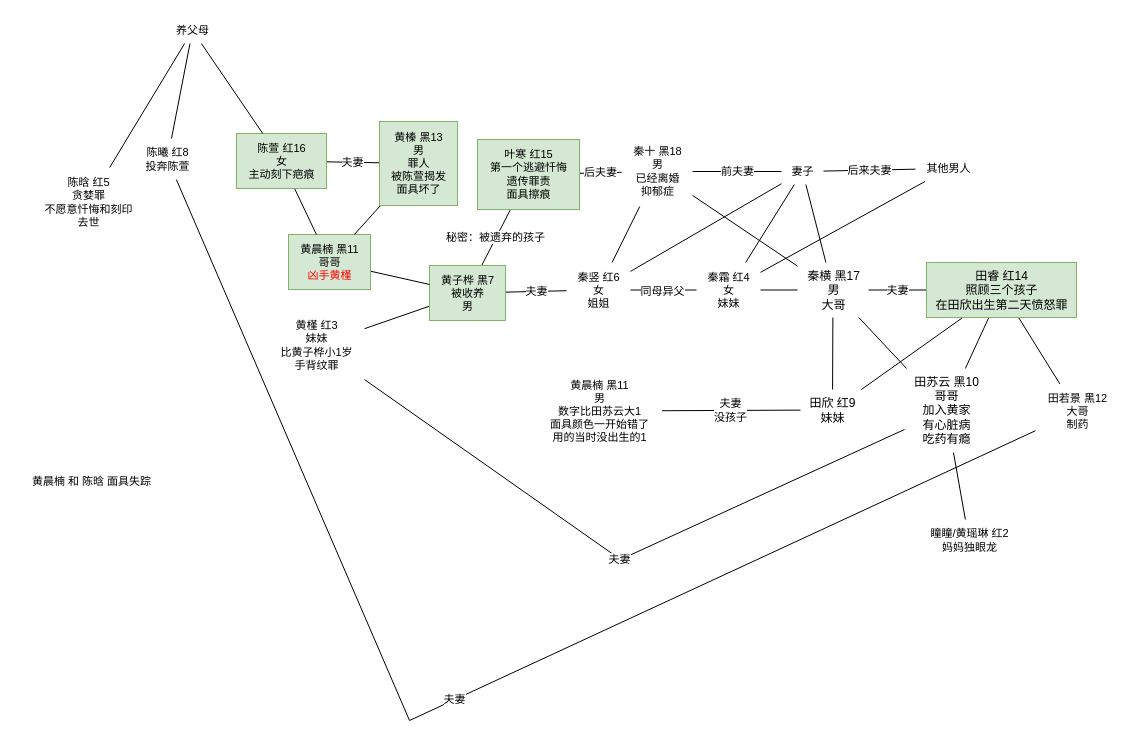
This is page "十字馆" (16 of 16) of 剧本杀人物关系【总图】.drawio from luboq/draw.io, a draw.io file, before an edit. Source tidied: cells renumbered, new cells numbered last; positions are measured from the earlier drawing's top-left corner, leaving out a move shared by most shapes. Both pictures are drawn from the tidied source at 100%, with x=0, y=0 at pixel (17, 17).
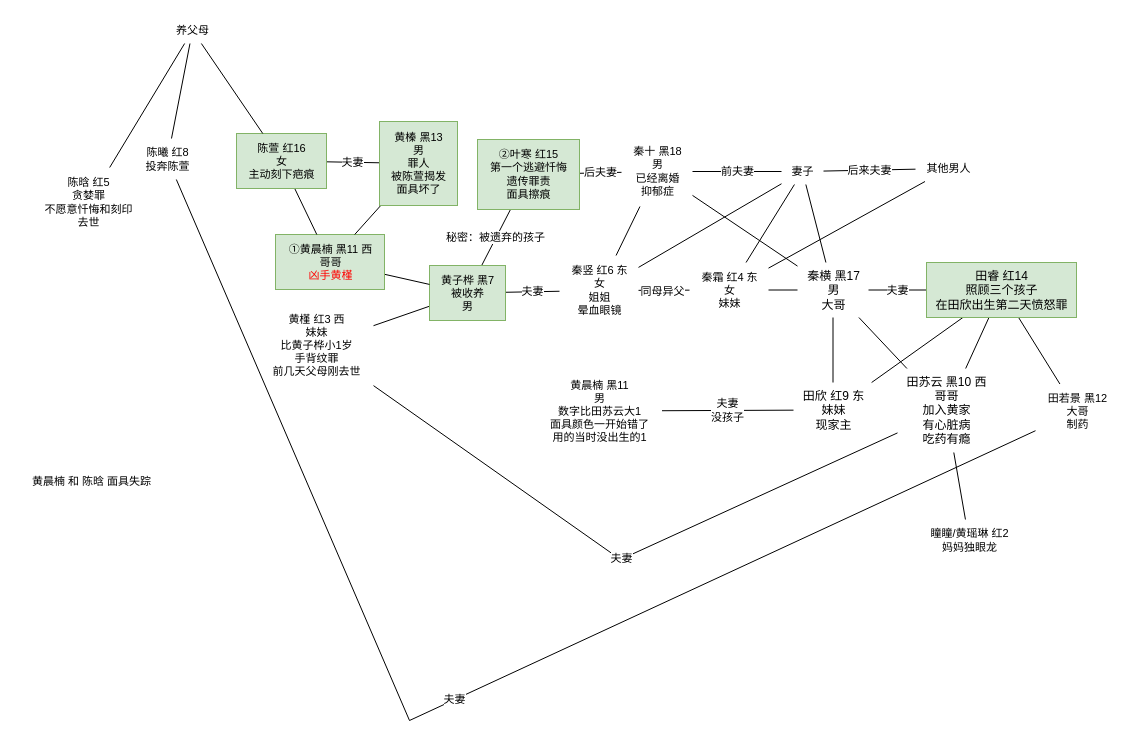
The same diagram, later.

Commit message:
更新剧本杀人物关系【总图】.drawio

Diff of the diagram source:
```diff
@@
-    <mxCell id="10" value="田欣 红9&lt;br&gt;妹妹" style="text;html=1;align=center;verticalAlign=middle;points=[];strokeColor=none;fillColor=none;" parent="1" vertex="1">
-      <mxGeometry x="783" y="372" width="64" height="41" as="geometry" />
+    <mxCell id="10" value="田欣 红9 东&lt;br&gt;妹妹&lt;br&gt;现家主" style="text;html=1;align=center;verticalAlign=middle;points=[];strokeColor=none;fillColor=none;" parent="1" vertex="1">
+      <mxGeometry x="776" y="365" width="79" height="55" as="geometry" />
     </mxCell>
@@
-    <mxCell id="13" value="田苏云 黑10&lt;br&gt;哥哥&lt;br&gt;加入黄家&lt;br&gt;有心脏病&lt;br&gt;吃药有瘾" style="text;html=1;align=center;verticalAlign=middle;points=[];strokeColor=none;fillColor=none;" parent="1" vertex="1">
-      <mxGeometry x="887" y="351" width="83" height="84" as="geometry" />
+    <mxCell id="13" value="田苏云 黑10 西&lt;br&gt;哥哥&lt;br&gt;加入黄家&lt;br&gt;有心脏病&lt;br&gt;吃药有瘾" style="text;html=1;align=center;verticalAlign=middle;points=[];strokeColor=none;fillColor=none;" parent="1" vertex="1">
+      <mxGeometry x="880" y="351" width="98" height="84" as="geometry" />
     </mxCell>
@@
-    <mxCell id="17" value="秦竖 红6&lt;br&gt;女&lt;br&gt;姐姐" style="text;html=1;align=center;verticalAlign=middle;points=[];strokeColor=none;fillColor=none;fontSize=11;fontFamily=Helvetica;fontColor=default;" parent="1" vertex="1">
-      <mxGeometry x="549" y="245" width="64" height="55" as="geometry" />
+    <mxCell id="17" value="秦竖 红6 东&lt;br&gt;女&lt;br&gt;姐姐&lt;br&gt;晕血眼镜" style="text;html=1;align=center;verticalAlign=middle;points=[];strokeColor=none;fillColor=none;fontSize=11;fontFamily=Helvetica;fontColor=default;" parent="1" vertex="1">
+      <mxGeometry x="542" y="238" width="79" height="70" as="geometry" />
     </mxCell>
@@
-    <mxCell id="20" value="秦霜 红4&lt;br&gt;女&lt;br&gt;妹妹" style="text;html=1;align=center;verticalAlign=middle;points=[];strokeColor=none;fillColor=none;fontSize=11;fontFamily=Helvetica;fontColor=default;" parent="1" vertex="1">
-      <mxGeometry x="679" y="245" width="64" height="55" as="geometry" />
+    <mxCell id="20" value="秦霜 红4 东&lt;br&gt;女&lt;br&gt;妹妹" style="text;html=1;align=center;verticalAlign=middle;points=[];strokeColor=none;fillColor=none;fontSize=11;fontFamily=Helvetica;fontColor=default;" parent="1" vertex="1">
+      <mxGeometry x="672" y="245" width="79" height="55" as="geometry" />
     </mxCell>
@@
-    <mxCell id="28" value="黄晨楠 黑11&lt;br&gt;哥哥&lt;br&gt;&lt;font color=&quot;#ff0000&quot;&gt;凶手黄槿&lt;/font&gt;" style="text;html=1;align=center;verticalAlign=middle;points=[];strokeColor=#82b366;fillColor=#d5e8d4;fontSize=11;fontFamily=Helvetica;" parent="1" vertex="1">
-      <mxGeometry x="271" y="217" width="82" height="55" as="geometry" />
+    <mxCell id="28" value="①黄晨楠 黑11 西&lt;br&gt;哥哥&lt;br&gt;&lt;font color=&quot;#ff0000&quot;&gt;凶手黄槿&lt;/font&gt;" style="text;html=1;align=center;verticalAlign=middle;points=[];strokeColor=#82b366;fillColor=#d5e8d4;fontSize=11;fontFamily=Helvetica;" parent="1" vertex="1">
+      <mxGeometry x="258" y="217" width="109" height="55" as="geometry" />
     </mxCell>
-    <mxCell id="29" value="黄槿 红3&lt;br&gt;妹妹&lt;br&gt;比黄子桦小1岁&lt;br&gt;手背纹罪" style="text;html=1;align=center;verticalAlign=middle;points=[];strokeColor=none;fillColor=none;fontSize=11;fontFamily=Helvetica;fontColor=default;" parent="1" vertex="1">
-      <mxGeometry x="250" y="293" width="97" height="70" as="geometry" />
+    <mxCell id="29" value="黄槿 红3 西&lt;br&gt;妹妹&lt;br&gt;比黄子桦小1岁&lt;br&gt;手背纹罪&lt;br&gt;前几天父母刚去世" style="text;html=1;align=center;verticalAlign=middle;points=[];strokeColor=none;fillColor=none;fontSize=11;fontFamily=Helvetica;fontColor=default;" parent="1" vertex="1">
+      <mxGeometry x="242" y="286" width="114" height="84" as="geometry" />
     </mxCell>
@@
-    <mxCell id="46" value="叶寒 红15&lt;br&gt;第一个逃避忏悔&lt;br&gt;遗传罪责&lt;br&gt;面具擦痕" style="text;html=1;align=center;verticalAlign=middle;points=[];strokeColor=#82b366;fillColor=#d5e8d4;fontSize=11;fontFamily=Helvetica;" parent="1" vertex="1">
+    <mxCell id="46" value="②叶寒 红15&lt;br&gt;第一个逃避忏悔&lt;br&gt;遗传罪责&lt;br&gt;面具擦痕" style="text;html=1;align=center;verticalAlign=middle;points=[];strokeColor=#82b366;fillColor=#d5e8d4;fontSize=11;fontFamily=Helvetica;" parent="1" vertex="1">
       <mxGeometry x="460" y="122" width="102" height="70" as="geometry" />
     </mxCell>
```
